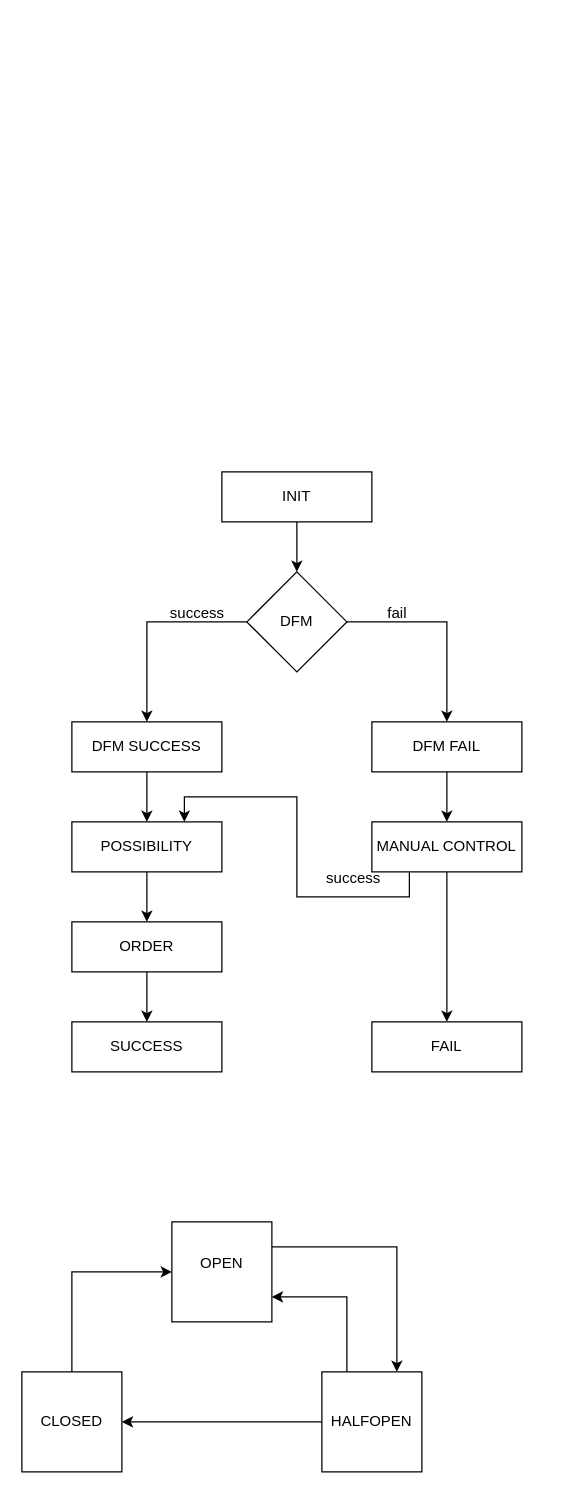
Earlier version of the draw.io diagram flow2.drawio (maxiko/ARC-016). Source tidied: cells renumbered, new cells numbered last; positions are measured from the earlier drawing's top-left corner, leaving out a move shared by most shapes. Both pictures are drawn from the tidied source at 125%, with x=0, y=0 at pixel (21, 471).
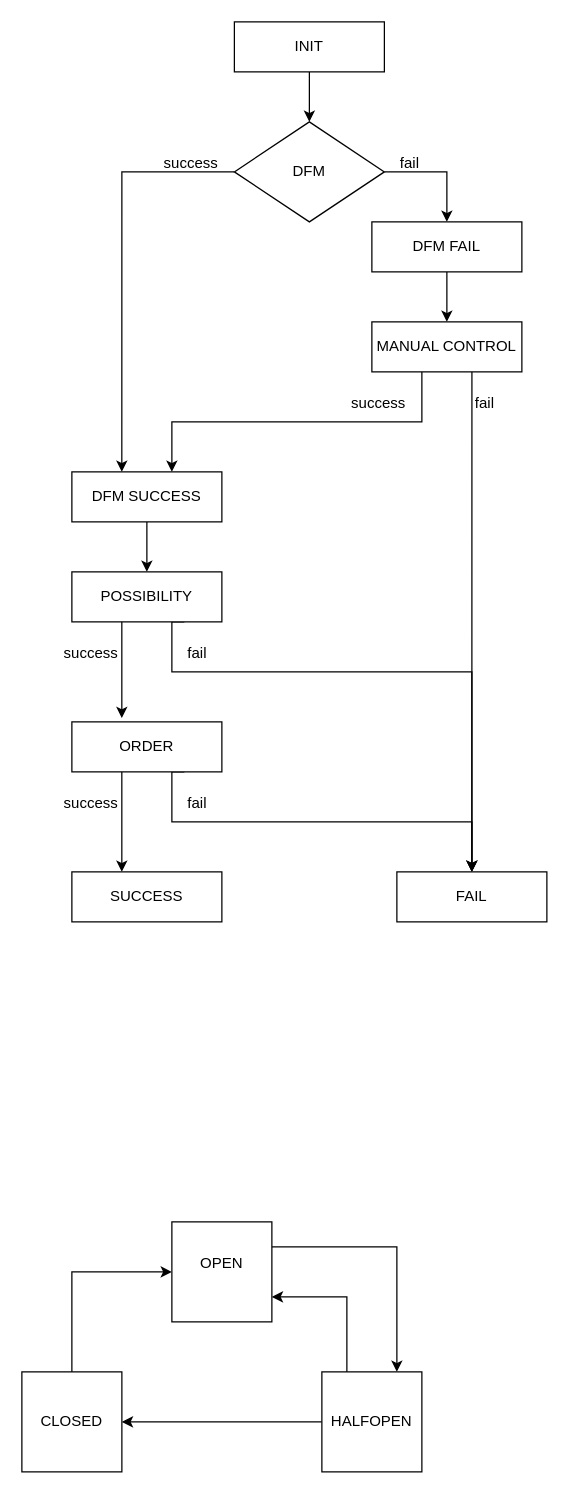
Above is the later version.

Change to the diagram source:
```diff
@@
     <mxCell id="3" value="INIT" style="rounded=0;whiteSpace=wrap;html=1;" parent="1" vertex="1">
-      <mxGeometry x="160" width="120" height="40" as="geometry" />
+      <mxGeometry x="170" y="-360" width="120" height="40" as="geometry" />
     </mxCell>
@@
     <mxCell id="5" value="DFM SUCCESS" style="rounded=0;whiteSpace=wrap;html=1;" parent="1" vertex="1">
-      <mxGeometry x="40" y="200" width="120" height="40" as="geometry" />
+      <mxGeometry x="40" width="120" height="40" as="geometry" />
     </mxCell>
-    <mxCell id="6" style="edgeStyle=orthogonalEdgeStyle;rounded=0;jettySize=auto;html=1;exitX=0;exitY=0.5;exitDx=0;exitDy=0;entryX=0.5;entryY=0;entryDx=0;entryDy=0;" parent="1" edge="1" source="8" target="5">
+    <mxCell id="6" style="edgeStyle=orthogonalEdgeStyle;rounded=0;jettySize=auto;html=1;exitX=0;exitY=0.5;exitDx=0;exitDy=0;entryX=0.333;entryY=0;entryDx=0;entryDy=0;entryPerimeter=0;" parent="1" edge="1" source="8" target="5">
       <mxGeometry relative="1" as="geometry" />
     </mxCell>
@@
     <mxCell id="8" value="DFM" style="rhombus;whiteSpace=wrap;html=1;" parent="1" vertex="1">
-      <mxGeometry x="180" y="80" width="80" height="80" as="geometry" />
+      <mxGeometry x="170" y="-280" width="120" height="80" as="geometry" />
     </mxCell>
     <mxCell id="9" value="success" style="text;html=1;align=center;verticalAlign=middle;strokeColor=none;fillColor=none;" parent="1" vertex="1">
-      <mxGeometry x="105" y="98" width="70" height="30" as="geometry" />
+      <mxGeometry x="100" y="-262" width="70" height="30" as="geometry" />
     </mxCell>
@@
     <mxCell id="11" value="DFM FAIL" style="rounded=0;whiteSpace=wrap;html=1;" parent="1" vertex="1">
-      <mxGeometry x="280" y="200" width="120" height="40" as="geometry" />
+      <mxGeometry x="280" y="-200" width="120" height="40" as="geometry" />
     </mxCell>
     <mxCell id="12" value="fail" style="text;html=1;align=center;verticalAlign=middle;strokeColor=none;fillColor=none;" parent="1" vertex="1">
-      <mxGeometry x="280" y="98" width="40" height="30" as="geometry" />
+      <mxGeometry x="290" y="-262" width="40" height="30" as="geometry" />
     </mxCell>
-    <mxCell id="13" style="edgeStyle=orthogonalEdgeStyle;rounded=0;jettySize=auto;html=1;exitX=0.5;exitY=1;exitDx=0;exitDy=0;entryX=0.5;entryY=0;entryDx=0;entryDy=0;" parent="1" edge="1" source="14" target="16">
+    <mxCell id="13" style="edgeStyle=orthogonalEdgeStyle;rounded=0;jettySize=auto;html=1;exitX=0.333;exitY=0.975;exitDx=0;exitDy=0;entryX=0.333;entryY=-0.075;entryDx=0;entryDy=0;entryPerimeter=0;exitPerimeter=0;" parent="1" edge="1" source="14" target="16">
       <mxGeometry relative="1" as="geometry" />
     </mxCell>
+    <mxCell id="30" style="edgeStyle=orthogonalEdgeStyle;rounded=0;jettySize=auto;html=1;exitX=0.75;exitY=1;exitDx=0;exitDy=0;entryX=0.5;entryY=0;entryDx=0;entryDy=0;" parent="1" edge="1" source="14" target="22">
+      <mxGeometry relative="1" as="geometry">
+        <Array as="points">
+          <mxPoint x="120" y="120" />
+          <mxPoint x="120" y="160" />
+          <mxPoint x="360" y="160" />
+        </Array>
+      </mxGeometry>
+    </mxCell>
     <mxCell id="14" value="POSSIBILITY" style="rounded=0;whiteSpace=wrap;html=1;" parent="1" vertex="1">
-      <mxGeometry x="40" y="280" width="120" height="40" as="geometry" />
+      <mxGeometry x="40" y="80" width="120" height="40" as="geometry" />
     </mxCell>
-    <mxCell id="15" style="edgeStyle=orthogonalEdgeStyle;rounded=0;jettySize=auto;html=1;exitX=0.5;exitY=1;exitDx=0;exitDy=0;entryX=0.5;entryY=0;entryDx=0;entryDy=0;" parent="1" edge="1" source="16" target="17">
+    <mxCell id="15" style="edgeStyle=orthogonalEdgeStyle;rounded=0;jettySize=auto;html=1;exitX=0.333;exitY=0.975;exitDx=0;exitDy=0;exitPerimeter=0;entryX=0.333;entryY=0;entryDx=0;entryDy=0;entryPerimeter=0;" parent="1" edge="1" source="16" target="17">
       <mxGeometry relative="1" as="geometry" />
     </mxCell>
+    <mxCell id="31" style="edgeStyle=orthogonalEdgeStyle;rounded=0;jettySize=auto;html=1;exitX=0.75;exitY=1;exitDx=0;exitDy=0;entryX=0.5;entryY=0;entryDx=0;entryDy=0;" parent="1" edge="1" source="16" target="22">
+      <mxGeometry relative="1" as="geometry">
+        <Array as="points">
+          <mxPoint x="120" y="240" />
+          <mxPoint x="120" y="280" />
+          <mxPoint x="360" y="280" />
+        </Array>
+      </mxGeometry>
+    </mxCell>
     <mxCell id="16" value="ORDER" style="rounded=0;whiteSpace=wrap;html=1;" parent="1" vertex="1">
-      <mxGeometry x="40" y="360" width="120" height="40" as="geometry" />
+      <mxGeometry x="40" y="200" width="120" height="40" as="geometry" />
     </mxCell>
     <mxCell id="17" value="SUCCESS" style="rounded=0;whiteSpace=wrap;html=1;" parent="1" vertex="1">
-      <mxGeometry x="40" y="440" width="120" height="40" as="geometry" />
+      <mxGeometry x="40" y="320" width="120" height="40" as="geometry" />
     </mxCell>
-    <mxCell id="18" style="edgeStyle=orthogonalEdgeStyle;rounded=0;jettySize=auto;html=1;exitX=0.25;exitY=1;exitDx=0;exitDy=0;entryX=0.75;entryY=0;entryDx=0;entryDy=0;" parent="1" edge="1" source="20" target="14">
-      <mxGeometry relative="1" as="geometry" />
+    <mxCell id="18" style="edgeStyle=orthogonalEdgeStyle;rounded=0;jettySize=auto;html=1;entryX=0.75;entryY=0;entryDx=0;entryDy=0;" parent="1" edge="1" source="20">
+      <mxGeometry relative="1" as="geometry">
+        <mxPoint x="120" as="targetPoint" />
+        <Array as="points">
+          <mxPoint x="320" y="-40" />
+          <mxPoint x="120" y="-40" />
+        </Array>
+      </mxGeometry>
     </mxCell>
-    <mxCell id="19" style="edgeStyle=orthogonalEdgeStyle;rounded=0;jettySize=auto;html=1;exitX=0.5;exitY=1;exitDx=0;exitDy=0;entryX=0.5;entryY=0;entryDx=0;entryDy=0;" parent="1" edge="1" source="20" target="22">
-      <mxGeometry relative="1" as="geometry" />
+    <mxCell id="19" style="edgeStyle=orthogonalEdgeStyle;rounded=0;jettySize=auto;html=1;exitX=0.667;exitY=0.975;exitDx=0;exitDy=0;entryX=0.5;entryY=0;entryDx=0;entryDy=0;exitPerimeter=0;" parent="1" edge="1" source="20" target="22">
+      <mxGeometry relative="1" as="geometry">
+        <Array as="points">
+          <mxPoint x="360" y="240" />
+        </Array>
+      </mxGeometry>
     </mxCell>
     <mxCell id="20" value="MANUAL CONTROL" style="rounded=0;whiteSpace=wrap;html=1;" parent="1" vertex="1">
-      <mxGeometry x="280" y="280" width="120" height="40" as="geometry" />
+      <mxGeometry x="280" y="-120" width="120" height="40" as="geometry" />
     </mxCell>
     <mxCell id="21" value="success" style="text;html=1;align=center;verticalAlign=middle;strokeColor=none;fillColor=none;" parent="1" vertex="1">
-      <mxGeometry x="230" y="310" width="70" height="30" as="geometry" />
+      <mxGeometry x="250" y="-70" width="70" height="30" as="geometry" />
     </mxCell>
     <mxCell id="22" value="FAIL" style="rounded=0;whiteSpace=wrap;html=1;" parent="1" vertex="1">
-      <mxGeometry x="280" y="440" width="120" height="40" as="geometry" />
+      <mxGeometry x="300" y="320" width="120" height="40" as="geometry" />
     </mxCell>
@@
+    <mxCell id="32" value="fail" style="text;html=1;align=center;verticalAlign=middle;strokeColor=none;fillColor=none;" parent="1" vertex="1">
+      <mxGeometry x="350" y="-70" width="40" height="30" as="geometry" />
+    </mxCell>
+    <mxCell id="33" value="success" style="text;html=1;align=center;verticalAlign=middle;strokeColor=none;fillColor=none;" parent="1" vertex="1">
+      <mxGeometry x="20" y="130" width="70" height="30" as="geometry" />
+    </mxCell>
+    <mxCell id="34" value="success" style="text;html=1;align=center;verticalAlign=middle;strokeColor=none;fillColor=none;" parent="1" vertex="1">
+      <mxGeometry x="20" y="250" width="70" height="30" as="geometry" />
+    </mxCell>
+    <mxCell id="35" value="fail" style="text;html=1;align=center;verticalAlign=middle;strokeColor=none;fillColor=none;" parent="1" vertex="1">
+      <mxGeometry x="120" y="130" width="40" height="30" as="geometry" />
+    </mxCell>
+    <mxCell id="36" value="fail" style="text;html=1;align=center;verticalAlign=middle;strokeColor=none;fillColor=none;" parent="1" vertex="1">
+      <mxGeometry x="120" y="250" width="40" height="30" as="geometry" />
+    </mxCell>
```
